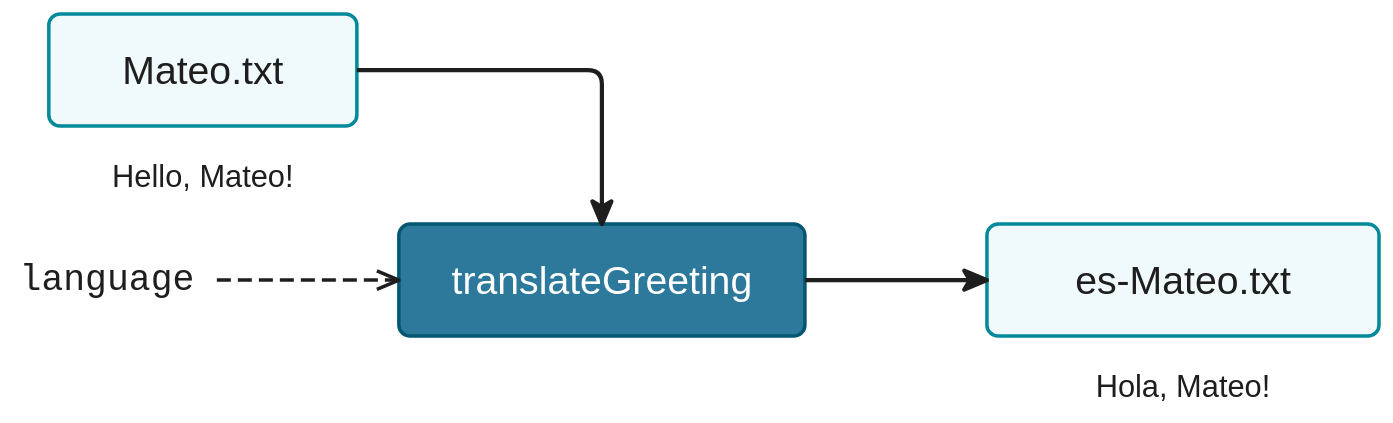
Earlier version of the draw.io export docs/en/docs/hello_nextflow/img/hello-translate-language-process.drawio.svg (nextflow-io/training). Source tidied: cells renumbered, new cells last; positions are measured from the earlier drawing's top-left corner, leaving out a move shared by most shapes. Source of this version:
```xml
<mxGraphModel>
  <root>
    <mxCell id="0" />
    <mxCell id="1" parent="0" />
    <mxCell id="2" value="Mateo.txt" style="rounded=1;absoluteArcSize=1;arcSize=16;fillColor=#f0f9fb;strokeColor=#02899a;strokeWidth=2.5;fontFamily=Helvetica;fontSize=28;fontColor=#1e1e1e;html=0;whiteSpace=nowrap;" parent="1" vertex="1">
      <mxGeometry x="25" width="220" height="80" as="geometry" />
    </mxCell>
    <mxCell id="3" value="Hello, Mateo!" style="text;align=center;verticalAlign=middle;spacing=0;spacingLeft=4;fontFamily=Helvetica;fontSize=22;fontColor=#1e1e1e;html=0;whiteSpace=nowrap;" parent="1" vertex="1">
      <mxGeometry x="25" y="100" width="220" height="32" as="geometry" />
    </mxCell>
    <mxCell id="4" value="translateGreeting" style="rounded=1;absoluteArcSize=1;arcSize=16;fillColor=#2d799b;strokeColor=#055672;strokeWidth=2.5;fontFamily=Helvetica;fontSize=28;fontColor=#ffffff;html=0;whiteSpace=nowrap;" parent="1" vertex="1">
      <mxGeometry x="275" y="150" width="290" height="80" as="geometry" />
    </mxCell>
    <mxCell id="5" style="edgeStyle=orthogonalEdgeStyle;html=0;strokeColor=#1e1e1e;endSize=12;rounded=1;arcSize=40;strokeWidth=3;endArrow=classic;endFill=1;exitX=1;exitY=0.5;exitDx=0;exitDy=0;entryX=0.5;entryY=0;entryDx=0;entryDy=0;" parent="1" edge="1" source="2" target="4">
      <mxGeometry relative="1" as="geometry">
        <Array as="points">
          <mxPoint x="420" y="40" />
        </Array>
      </mxGeometry>
    </mxCell>
    <mxCell id="6" value="language" style="text;align=left;verticalAlign=middle;spacing=0;spacingLeft=4;fontFamily=Menlo;fontSize=26;fontColor=#1e1e1e;html=0;whiteSpace=nowrap;" parent="1" vertex="1">
      <mxGeometry x="0.1" y="171" width="144.9" height="38" as="geometry" />
    </mxCell>
    <mxCell id="7" style="edgeStyle=none;html=0;strokeColor=#1e1e1e;endSize=12;strokeWidth=2.5;dashed=1;dashPattern=4 2;endArrow=open;endFill=0;exitX=1;exitY=0.5;exitDx=0;exitDy=0;entryX=0;entryY=0.5;entryDx=0;entryDy=0;" parent="1" edge="1" source="6" target="4">
      <mxGeometry relative="1" as="geometry" />
    </mxCell>
    <mxCell id="8" value="es-Mateo.txt" style="rounded=1;absoluteArcSize=1;arcSize=16;fillColor=#f0f9fb;strokeColor=#02899a;strokeWidth=2.5;fontFamily=Helvetica;fontSize=28;fontColor=#1e1e1e;html=0;whiteSpace=nowrap;" parent="1" vertex="1">
      <mxGeometry x="695" y="150" width="280" height="80" as="geometry" />
    </mxCell>
    <mxCell id="9" style="edgeStyle=none;html=0;strokeColor=#1e1e1e;endSize=12;strokeWidth=3;endArrow=classic;endFill=1;exitX=1;exitY=0.5;exitDx=0;exitDy=0;entryX=0;entryY=0.5;entryDx=0;entryDy=0;" parent="1" edge="1" source="4" target="8">
      <mxGeometry relative="1" as="geometry" />
    </mxCell>
    <mxCell id="10" value="Hola, Mateo!" style="text;align=center;verticalAlign=middle;spacing=0;spacingLeft=4;fontFamily=Helvetica;fontSize=22;fontColor=#1e1e1e;html=0;whiteSpace=nowrap;" parent="1" vertex="1">
      <mxGeometry x="695" y="250" width="280" height="32" as="geometry" />
    </mxCell>
  </root>
</mxGraphModel>
```
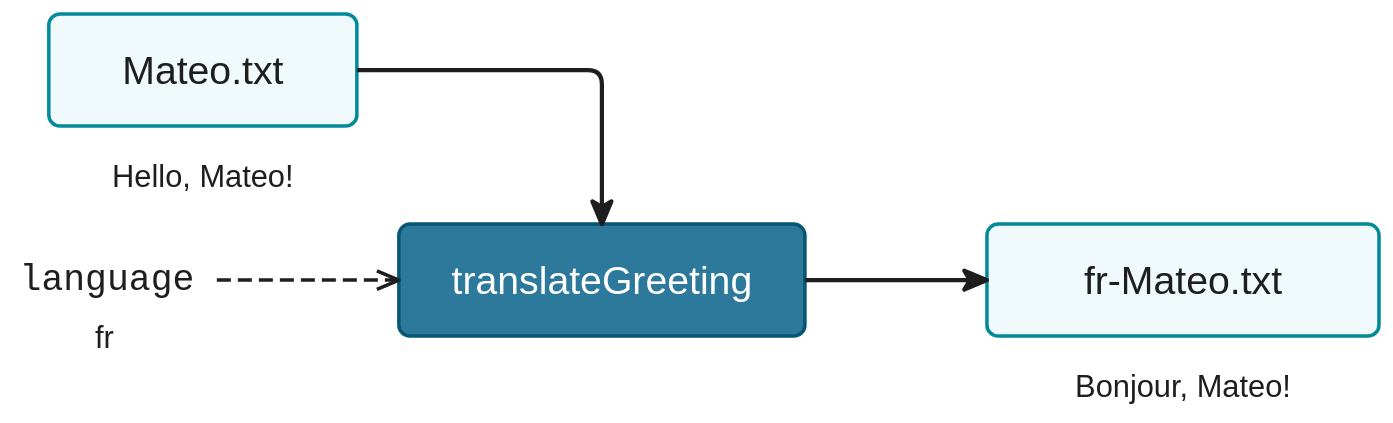
The same diagram one commit later.

Commit message:
docs(hello_nextflow): use --language right away in 1.3; process views in section intros

The edit, as a diff of the source:
```diff
@@ -24,13 +24,16 @@
     <mxCell id="7" style="edgeStyle=none;html=0;strokeColor=#1e1e1e;endSize=12;strokeWidth=2.5;dashed=1;dashPattern=4 2;endArrow=open;endFill=0;exitX=1;exitY=0.5;exitDx=0;exitDy=0;entryX=0;entryY=0.5;entryDx=0;entryDy=0;" parent="1" edge="1" source="6" target="4">
       <mxGeometry relative="1" as="geometry" />
     </mxCell>
+    <mxCell id="11" value="fr" style="text;align=center;verticalAlign=middle;spacing=0;spacingLeft=4;fontFamily=Helvetica;fontSize=22;fontColor=#1e1e1e;html=0;whiteSpace=nowrap;" parent="1" vertex="1">
+      <mxGeometry x="0.1" y="215" width="129.2" height="32" as="geometry" />
+    </mxCell>
-    <mxCell id="8" value="es-Mateo.txt" style="rounded=1;absoluteArcSize=1;arcSize=16;fillColor=#f0f9fb;strokeColor=#02899a;strokeWidth=2.5;fontFamily=Helvetica;fontSize=28;fontColor=#1e1e1e;html=0;whiteSpace=nowrap;" parent="1" vertex="1">
+    <mxCell id="8" value="fr-Mateo.txt" style="rounded=1;absoluteArcSize=1;arcSize=16;fillColor=#f0f9fb;strokeColor=#02899a;strokeWidth=2.5;fontFamily=Helvetica;fontSize=28;fontColor=#1e1e1e;html=0;whiteSpace=nowrap;" parent="1" vertex="1">
       <mxGeometry x="695" y="150" width="280" height="80" as="geometry" />
     </mxCell>
     <mxCell id="9" style="edgeStyle=none;html=0;strokeColor=#1e1e1e;endSize=12;strokeWidth=3;endArrow=classic;endFill=1;exitX=1;exitY=0.5;exitDx=0;exitDy=0;entryX=0;entryY=0.5;entryDx=0;entryDy=0;" parent="1" edge="1" source="4" target="8">
       <mxGeometry relative="1" as="geometry" />
     </mxCell>
-    <mxCell id="10" value="Hola, Mateo!" style="text;align=center;verticalAlign=middle;spacing=0;spacingLeft=4;fontFamily=Helvetica;fontSize=22;fontColor=#1e1e1e;html=0;whiteSpace=nowrap;" parent="1" vertex="1">
+    <mxCell id="10" value="Bonjour, Mateo!" style="text;align=center;verticalAlign=middle;spacing=0;spacingLeft=4;fontFamily=Helvetica;fontSize=22;fontColor=#1e1e1e;html=0;whiteSpace=nowrap;" parent="1" vertex="1">
       <mxGeometry x="695" y="250" width="280" height="32" as="geometry" />
     </mxCell>
   </root>
```
